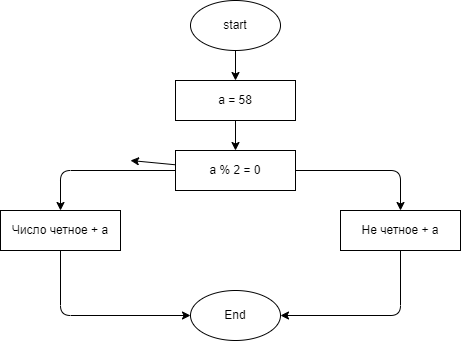
The draw.io diagram Lessons01/Homework/Lesson01/Task003/diagram.drawio.png in Mypulse/dotnet, before a commit. Source tidied: cells renumbered, new cells last; positions are measured from the earlier drawing's top-left corner, leaving out a move shared by most shapes.
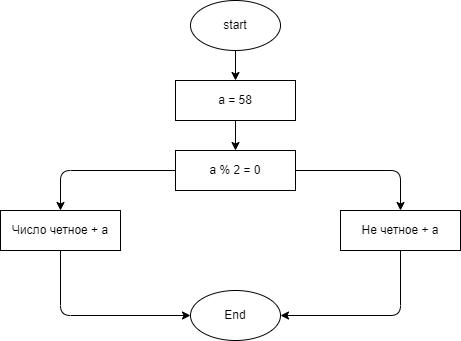
After the commit.

Change to the diagram source:
```diff
@@ -28,11 +28,6 @@
         </Array>
       </mxGeometry>
     </mxCell>
-    <mxCell id="8" style="edgeStyle=none;html=1;" parent="1" edge="1" source="9">
-      <mxGeometry relative="1" as="geometry">
-        <mxPoint x="130" y="160" as="targetPoint" />
-      </mxGeometry>
-    </mxCell>
     <mxCell id="9" value="a % 2 = 0" style="whiteSpace=wrap;html=1;" parent="1" vertex="1">
       <mxGeometry x="175" y="150" width="120" height="40" as="geometry" />
     </mxCell>
```
